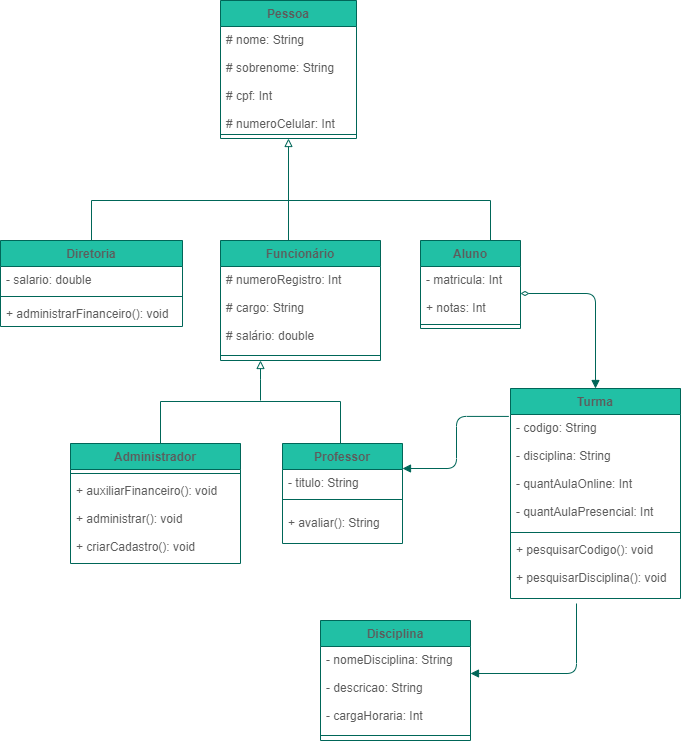
kari-osk/checkpoint2-poo keeps this draw.io diagram as checkpoint2.POO.drawio.png. Above is the earlier version. Source tidied: cells renumbered, new cells last; positions are measured from the earlier drawing's top-left corner, leaving out a move shared by most shapes. Source of this version:
```xml
<mxGraphModel>
  <root>
    <mxCell id="0" />
    <mxCell id="1" parent="0" />
    <mxCell id="2" value="Pessoa" style="swimlane;fontStyle=1;align=center;verticalAlign=top;horizontal=1;startSize=26;fillColor=#21C0A5;strokeColor=#006658;fontColor=#5C5C5C;" parent="1" vertex="1">
      <mxGeometry x="220" width="136" height="138" as="geometry" />
    </mxCell>
    <mxCell id="3" value="# nome: String&#10;&#10;# sobrenome: String&#10;&#10;# cpf: Int&#10;&#10;# numeroCelular: Int&#10;&#10;# endereço: String&#10;" style="text;strokeColor=none;fillColor=none;align=left;verticalAlign=top;spacingLeft=4;spacingRight=4;overflow=hidden;fontColor=#5C5C5C;" parent="2" vertex="1">
      <mxGeometry y="26" width="136" height="104" as="geometry" />
    </mxCell>
    <mxCell id="4" style="line;strokeWidth=1;fillColor=none;align=left;verticalAlign=middle;spacingTop=-1;spacingLeft=3;spacingRight=3;labelPosition=right;strokeColor=#006658;fontColor=#5C5C5C;" parent="2" vertex="1">
      <mxGeometry y="130" width="136" height="8" as="geometry" />
    </mxCell>
    <mxCell id="5" value="Diretoria" style="swimlane;fontStyle=1;align=center;verticalAlign=top;horizontal=1;startSize=26;fillColor=#21C0A5;strokeColor=#006658;fontColor=#5C5C5C;" parent="1" vertex="1">
      <mxGeometry y="240" width="182" height="86" as="geometry" />
    </mxCell>
    <mxCell id="6" value="- salario: double" style="text;strokeColor=none;fillColor=none;align=left;verticalAlign=top;spacingLeft=4;spacingRight=4;overflow=hidden;fontColor=#5C5C5C;" parent="5" vertex="1">
      <mxGeometry y="26" width="182" height="26" as="geometry" />
    </mxCell>
    <mxCell id="7" style="line;strokeWidth=1;fillColor=none;align=left;verticalAlign=middle;spacingTop=-1;spacingLeft=3;spacingRight=3;labelPosition=right;strokeColor=#006658;fontColor=#5C5C5C;" parent="5" vertex="1">
      <mxGeometry y="52" width="182" height="8" as="geometry" />
    </mxCell>
    <mxCell id="8" value="+ administrarFinanceiro(): void" style="text;strokeColor=none;fillColor=none;align=left;verticalAlign=top;spacingLeft=4;spacingRight=4;overflow=hidden;fontColor=#5C5C5C;" parent="5" vertex="1">
      <mxGeometry y="60" width="182" height="26" as="geometry" />
    </mxCell>
    <mxCell id="9" value="Administrador" style="swimlane;fontStyle=1;align=center;verticalAlign=top;horizontal=1;startSize=26;fillColor=#21C0A5;strokeColor=#006658;fontColor=#5C5C5C;" parent="1" vertex="1">
      <mxGeometry x="70" y="443" width="170" height="120" as="geometry" />
    </mxCell>
    <mxCell id="10" style="line;strokeWidth=1;fillColor=none;align=left;verticalAlign=middle;spacingTop=-1;spacingLeft=3;spacingRight=3;labelPosition=right;strokeColor=#006658;fontColor=#5C5C5C;" parent="9" vertex="1">
      <mxGeometry y="26" width="170" height="8" as="geometry" />
    </mxCell>
    <mxCell id="11" value="+ auxiliarFinanceiro(): void&#10;&#10;+ administrar(): void&#10;&#10;+ criarCadastro(): void" style="text;strokeColor=none;fillColor=none;align=left;verticalAlign=top;spacingLeft=4;spacingRight=4;overflow=hidden;fontColor=#5C5C5C;" parent="9" vertex="1">
      <mxGeometry y="34" width="170" height="86" as="geometry" />
    </mxCell>
    <mxCell id="12" value="Professor" style="swimlane;fontStyle=1;align=center;verticalAlign=top;horizontal=1;startSize=26;fillColor=#21C0A5;strokeColor=#006658;fontColor=#5C5C5C;" parent="1" vertex="1">
      <mxGeometry x="282" y="443" width="120" height="100" as="geometry" />
    </mxCell>
    <mxCell id="13" value="- titulo: String" style="text;strokeColor=none;fillColor=none;align=left;verticalAlign=top;spacingLeft=4;spacingRight=4;overflow=hidden;fontColor=#5C5C5C;" parent="12" vertex="1">
      <mxGeometry y="26" width="120" height="20" as="geometry" />
    </mxCell>
    <mxCell id="14" style="line;strokeWidth=1;fillColor=none;align=left;verticalAlign=middle;spacingTop=-1;spacingLeft=3;spacingRight=3;labelPosition=right;strokeColor=#006658;fontColor=#5C5C5C;" parent="12" vertex="1">
      <mxGeometry y="46" width="120" height="20" as="geometry" />
    </mxCell>
    <mxCell id="15" value="+ avaliar(): String" style="text;strokeColor=none;fillColor=none;align=left;verticalAlign=top;spacingLeft=4;spacingRight=4;overflow=hidden;fontColor=#5C5C5C;" parent="12" vertex="1">
      <mxGeometry y="66" width="120" height="34" as="geometry" />
    </mxCell>
    <mxCell id="16" value="Aluno" style="swimlane;fontStyle=1;align=center;verticalAlign=top;horizontal=1;startSize=26;fillColor=#21C0A5;strokeColor=#006658;fontColor=#5C5C5C;" parent="1" vertex="1">
      <mxGeometry x="420" y="240" width="100" height="88" as="geometry" />
    </mxCell>
    <mxCell id="17" value="- matricula: Int&#10;&#10;+ notas: Int" style="text;strokeColor=none;fillColor=none;align=left;verticalAlign=top;spacingLeft=4;spacingRight=4;overflow=hidden;points=[[0,0.5],[1,0.5]];portConstraint=eastwest;fontColor=#5C5C5C;" parent="16" vertex="1">
      <mxGeometry y="26" width="100" height="54" as="geometry" />
    </mxCell>
    <mxCell id="18" style="line;strokeWidth=1;fillColor=none;align=left;verticalAlign=middle;spacingTop=-1;spacingLeft=3;spacingRight=3;labelPosition=right;strokeColor=#006658;fontColor=#5C5C5C;" parent="16" vertex="1">
      <mxGeometry y="80" width="100" height="8" as="geometry" />
    </mxCell>
    <mxCell id="19" style="endArrow=none;html=1;edgeStyle=orthogonalEdgeStyle;rounded=0;strokeColor=#006658;fontColor=#5C5C5C;exitX=0.5;exitY=0;exitDx=0;exitDy=0;" parent="1" edge="1" source="5">
      <mxGeometry relative="1" as="geometry">
        <mxPoint x="490" y="240" as="targetPoint" />
        <Array as="points">
          <mxPoint x="91" y="200" />
          <mxPoint x="490" y="200" />
        </Array>
      </mxGeometry>
    </mxCell>
    <mxCell id="20" style="endArrow=block;html=1;edgeStyle=orthogonalEdgeStyle;rounded=0;strokeColor=#006658;fontColor=#5C5C5C;startArrow=none;startFill=0;endFill=0;exitX=0.6;exitY=0.008;exitDx=0;exitDy=0;exitPerimeter=0;entryX=0.5;entryY=1;entryDx=0;entryDy=0;" parent="1" edge="1" source="25" target="2">
      <mxGeometry relative="1" as="geometry">
        <Array as="points">
          <mxPoint x="288" y="241" />
        </Array>
      </mxGeometry>
    </mxCell>
    <mxCell id="21" value="Turma" style="swimlane;fontStyle=1;align=center;verticalAlign=top;horizontal=1;startSize=26;rounded=0;sketch=0;fontColor=#5C5C5C;strokeColor=#006658;fillColor=#21C0A5;" parent="1" vertex="1">
      <mxGeometry x="510" y="388" width="170" height="210" as="geometry" />
    </mxCell>
    <mxCell id="22" value="- codigo: String&#10;&#10;- disciplina: String&#10;&#10;- quantAulaOnline: Int&#10;&#10;- quantAulaPresencial: Int" style="text;strokeColor=none;fillColor=none;align=left;verticalAlign=top;spacingLeft=4;spacingRight=4;overflow=hidden;rounded=0;sketch=0;fontColor=#5C5C5C;" parent="21" vertex="1">
      <mxGeometry y="26" width="170" height="114" as="geometry" />
    </mxCell>
    <mxCell id="23" style="line;strokeWidth=1;fillColor=none;align=left;verticalAlign=middle;spacingTop=-1;spacingLeft=3;spacingRight=3;labelPosition=right;rounded=0;sketch=0;fontColor=#5C5C5C;strokeColor=#006658;" parent="21" vertex="1">
      <mxGeometry y="140" width="170" height="8" as="geometry" />
    </mxCell>
    <mxCell id="24" value="+ pesquisarCodigo(): void&#10;&#10;+ pesquisarDisciplina(): void" style="text;strokeColor=none;fillColor=none;align=left;verticalAlign=top;spacingLeft=4;spacingRight=4;overflow=hidden;rounded=0;sketch=0;fontColor=#5C5C5C;" parent="21" vertex="1">
      <mxGeometry y="148" width="170" height="62" as="geometry" />
    </mxCell>
    <mxCell id="25" value="Funcionário" style="swimlane;fontStyle=1;align=center;verticalAlign=top;horizontal=1;startSize=26;rounded=0;sketch=0;fontColor=#5C5C5C;strokeColor=#006658;fillColor=#21C0A5;" parent="1" vertex="1">
      <mxGeometry x="220" y="240" width="160" height="120" as="geometry" />
    </mxCell>
    <mxCell id="26" value="# numeroRegistro: Int&#10;&#10;# cargo: String&#10;&#10;# salário: double&#10;" style="text;strokeColor=none;fillColor=none;align=left;verticalAlign=top;spacingLeft=4;spacingRight=4;overflow=hidden;rounded=0;sketch=0;fontColor=#5C5C5C;" parent="25" vertex="1">
      <mxGeometry y="26" width="160" height="84" as="geometry" />
    </mxCell>
    <mxCell id="27" style="line;strokeWidth=1;fillColor=none;align=left;verticalAlign=middle;spacingTop=-1;spacingLeft=3;spacingRight=3;labelPosition=right;rounded=0;sketch=0;fontColor=#5C5C5C;strokeColor=#006658;" parent="25" vertex="1">
      <mxGeometry y="110" width="160" height="10" as="geometry" />
    </mxCell>
    <mxCell id="28" style="endArrow=none;html=1;edgeStyle=orthogonalEdgeStyle;rounded=0;strokeColor=#006658;fontColor=#5C5C5C;exitX=0.5;exitY=0;exitDx=0;exitDy=0;entryX=0.5;entryY=0;entryDx=0;entryDy=0;" parent="1" edge="1" source="9" target="12">
      <mxGeometry relative="1" as="geometry">
        <Array as="points">
          <mxPoint x="160" y="443" />
          <mxPoint x="160" y="401" />
          <mxPoint x="340" y="401" />
          <mxPoint x="340" y="443" />
        </Array>
      </mxGeometry>
    </mxCell>
    <mxCell id="29" style="endArrow=block;html=1;edgeStyle=orthogonalEdgeStyle;rounded=0;strokeColor=#006658;fontColor=#5C5C5C;startArrow=none;startFill=0;endFill=0;" parent="1" edge="1">
      <mxGeometry relative="1" as="geometry">
        <mxPoint x="260" y="400" as="sourcePoint" />
        <mxPoint x="260" y="360" as="targetPoint" />
        <Array as="points">
          <mxPoint x="259.6" y="378.8" />
          <mxPoint x="259.6" y="378.8" />
        </Array>
      </mxGeometry>
    </mxCell>
    <mxCell id="30" style="edgeStyle=orthogonalEdgeStyle;curved=0;rounded=1;sketch=0;jettySize=auto;html=1;exitX=1;exitY=0.5;exitDx=0;exitDy=0;entryX=0.5;entryY=0;entryDx=0;entryDy=0;fontColor=#5C5C5C;startArrow=diamondThin;startFill=0;endArrow=block;endFill=1;strokeColor=#006658;fillColor=#21C0A5;" parent="1" edge="1" source="17" target="21">
      <mxGeometry relative="1" as="geometry" />
    </mxCell>
    <mxCell id="31" style="edgeStyle=orthogonalEdgeStyle;curved=0;rounded=1;sketch=0;jettySize=auto;html=1;entryX=-0.01;entryY=0.133;entryDx=0;entryDy=0;entryPerimeter=0;fontColor=#5C5C5C;startArrow=block;startFill=1;endArrow=none;endFill=0;strokeColor=#006658;fillColor=#21C0A5;exitX=1;exitY=0.25;exitDx=0;exitDy=0;" parent="1" edge="1" source="12" target="21">
      <mxGeometry relative="1" as="geometry" />
    </mxCell>
    <mxCell id="32" value="Disciplina" style="swimlane;fontStyle=1;align=center;verticalAlign=top;horizontal=1;startSize=26;fillColor=#21C0A5;strokeColor=#006658;fontColor=#5C5C5C;" parent="1" vertex="1">
      <mxGeometry x="320" y="620" width="150" height="120" as="geometry" />
    </mxCell>
    <mxCell id="33" value="- nomeDisciplina: String&#10;&#10;- descricao: String&#10;&#10;- cargaHoraria: Int" style="text;strokeColor=none;fillColor=none;align=left;verticalAlign=top;spacingLeft=4;spacingRight=4;overflow=hidden;fontColor=#5C5C5C;" parent="32" vertex="1">
      <mxGeometry y="26" width="150" height="84" as="geometry" />
    </mxCell>
    <mxCell id="34" style="line;strokeWidth=1;fillColor=none;align=left;verticalAlign=middle;spacingTop=-1;spacingLeft=3;spacingRight=3;labelPosition=right;strokeColor=#006658;fontColor=#5C5C5C;" parent="32" vertex="1">
      <mxGeometry y="110" width="150" height="10" as="geometry" />
    </mxCell>
    <mxCell id="35" style="edgeStyle=orthogonalEdgeStyle;curved=0;rounded=1;sketch=0;orthogonalLoop=1;jettySize=auto;html=1;fontColor=#5C5C5C;startArrow=block;startFill=1;endArrow=none;endFill=0;strokeColor=#006658;fillColor=#21C0A5;" parent="1" edge="1">
      <mxGeometry relative="1" as="geometry">
        <mxPoint x="470" y="673" as="sourcePoint" />
        <mxPoint x="576" y="603" as="targetPoint" />
      </mxGeometry>
    </mxCell>
  </root>
</mxGraphModel>
```
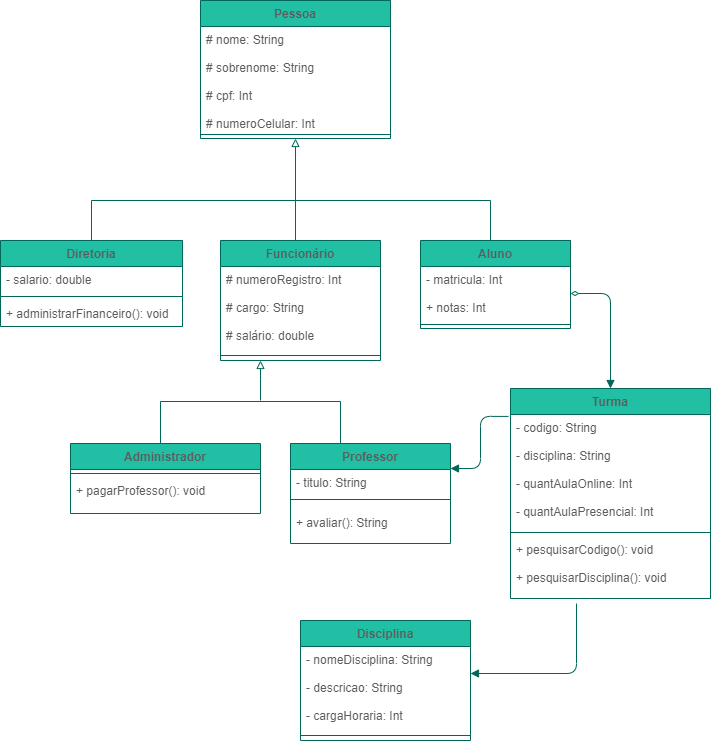
Above is the later version.

The edit, as a diff of the source:
```diff
@@ -3,13 +3,13 @@
     <mxCell id="0" />
     <mxCell id="1" parent="0" />
     <mxCell id="2" value="Pessoa" style="swimlane;fontStyle=1;align=center;verticalAlign=top;horizontal=1;startSize=26;fillColor=#21C0A5;strokeColor=#006658;fontColor=#5C5C5C;" parent="1" vertex="1">
-      <mxGeometry x="220" width="136" height="138" as="geometry" />
+      <mxGeometry x="200" width="190" height="138" as="geometry" />
     </mxCell>
     <mxCell id="3" value="# nome: String&#10;&#10;# sobrenome: String&#10;&#10;# cpf: Int&#10;&#10;# numeroCelular: Int&#10;&#10;# endereço: String&#10;" style="text;strokeColor=none;fillColor=none;align=left;verticalAlign=top;spacingLeft=4;spacingRight=4;overflow=hidden;fontColor=#5C5C5C;" parent="2" vertex="1">
-      <mxGeometry y="26" width="136" height="104" as="geometry" />
+      <mxGeometry y="26" width="190" height="104" as="geometry" />
     </mxCell>
     <mxCell id="4" style="line;strokeWidth=1;fillColor=none;align=left;verticalAlign=middle;spacingTop=-1;spacingLeft=3;spacingRight=3;labelPosition=right;strokeColor=#006658;fontColor=#5C5C5C;" parent="2" vertex="1">
-      <mxGeometry y="130" width="136" height="8" as="geometry" />
+      <mxGeometry y="130" width="190" height="8" as="geometry" />
     </mxCell>
     <mxCell id="5" value="Diretoria" style="swimlane;fontStyle=1;align=center;verticalAlign=top;horizontal=1;startSize=26;fillColor=#21C0A5;strokeColor=#006658;fontColor=#5C5C5C;" parent="1" vertex="1">
       <mxGeometry y="240" width="182" height="86" as="geometry" />
@@ -24,34 +24,34 @@
       <mxGeometry y="60" width="182" height="26" as="geometry" />
     </mxCell>
     <mxCell id="9" value="Administrador" style="swimlane;fontStyle=1;align=center;verticalAlign=top;horizontal=1;startSize=26;fillColor=#21C0A5;strokeColor=#006658;fontColor=#5C5C5C;" parent="1" vertex="1">
-      <mxGeometry x="70" y="443" width="170" height="120" as="geometry" />
+      <mxGeometry x="70" y="443" width="190" height="70" as="geometry" />
     </mxCell>
     <mxCell id="10" style="line;strokeWidth=1;fillColor=none;align=left;verticalAlign=middle;spacingTop=-1;spacingLeft=3;spacingRight=3;labelPosition=right;strokeColor=#006658;fontColor=#5C5C5C;" parent="9" vertex="1">
-      <mxGeometry y="26" width="170" height="8" as="geometry" />
+      <mxGeometry y="26" width="190" height="8" as="geometry" />
     </mxCell>
-    <mxCell id="11" value="+ auxiliarFinanceiro(): void&#10;&#10;+ administrar(): void&#10;&#10;+ criarCadastro(): void" style="text;strokeColor=none;fillColor=none;align=left;verticalAlign=top;spacingLeft=4;spacingRight=4;overflow=hidden;fontColor=#5C5C5C;" parent="9" vertex="1">
-      <mxGeometry y="34" width="170" height="86" as="geometry" />
+    <mxCell id="11" value="+ pagarProfessor(): void" style="text;strokeColor=none;fillColor=none;align=left;verticalAlign=top;spacingLeft=4;spacingRight=4;overflow=hidden;fontColor=#5C5C5C;" parent="9" vertex="1">
+      <mxGeometry y="34" width="190" height="36" as="geometry" />
     </mxCell>
     <mxCell id="12" value="Professor" style="swimlane;fontStyle=1;align=center;verticalAlign=top;horizontal=1;startSize=26;fillColor=#21C0A5;strokeColor=#006658;fontColor=#5C5C5C;" parent="1" vertex="1">
-      <mxGeometry x="282" y="443" width="120" height="100" as="geometry" />
+      <mxGeometry x="290" y="443" width="160" height="100" as="geometry" />
     </mxCell>
     <mxCell id="13" value="- titulo: String" style="text;strokeColor=none;fillColor=none;align=left;verticalAlign=top;spacingLeft=4;spacingRight=4;overflow=hidden;fontColor=#5C5C5C;" parent="12" vertex="1">
-      <mxGeometry y="26" width="120" height="20" as="geometry" />
+      <mxGeometry y="26" width="160" height="20" as="geometry" />
     </mxCell>
     <mxCell id="14" style="line;strokeWidth=1;fillColor=none;align=left;verticalAlign=middle;spacingTop=-1;spacingLeft=3;spacingRight=3;labelPosition=right;strokeColor=#006658;fontColor=#5C5C5C;" parent="12" vertex="1">
-      <mxGeometry y="46" width="120" height="20" as="geometry" />
+      <mxGeometry y="46" width="160" height="20" as="geometry" />
     </mxCell>
     <mxCell id="15" value="+ avaliar(): String" style="text;strokeColor=none;fillColor=none;align=left;verticalAlign=top;spacingLeft=4;spacingRight=4;overflow=hidden;fontColor=#5C5C5C;" parent="12" vertex="1">
-      <mxGeometry y="66" width="120" height="34" as="geometry" />
+      <mxGeometry y="66" width="160" height="34" as="geometry" />
     </mxCell>
     <mxCell id="16" value="Aluno" style="swimlane;fontStyle=1;align=center;verticalAlign=top;horizontal=1;startSize=26;fillColor=#21C0A5;strokeColor=#006658;fontColor=#5C5C5C;" parent="1" vertex="1">
-      <mxGeometry x="420" y="240" width="100" height="88" as="geometry" />
+      <mxGeometry x="420" y="240" width="150" height="88" as="geometry" />
     </mxCell>
     <mxCell id="17" value="- matricula: Int&#10;&#10;+ notas: Int" style="text;strokeColor=none;fillColor=none;align=left;verticalAlign=top;spacingLeft=4;spacingRight=4;overflow=hidden;points=[[0,0.5],[1,0.5]];portConstraint=eastwest;fontColor=#5C5C5C;" parent="16" vertex="1">
-      <mxGeometry y="26" width="100" height="54" as="geometry" />
+      <mxGeometry y="26" width="150" height="54" as="geometry" />
     </mxCell>
     <mxCell id="18" style="line;strokeWidth=1;fillColor=none;align=left;verticalAlign=middle;spacingTop=-1;spacingLeft=3;spacingRight=3;labelPosition=right;strokeColor=#006658;fontColor=#5C5C5C;" parent="16" vertex="1">
-      <mxGeometry y="80" width="100" height="8" as="geometry" />
+      <mxGeometry y="80" width="150" height="8" as="geometry" />
     </mxCell>
     <mxCell id="19" style="endArrow=none;html=1;edgeStyle=orthogonalEdgeStyle;rounded=0;strokeColor=#006658;fontColor=#5C5C5C;exitX=0.5;exitY=0;exitDx=0;exitDy=0;" parent="1" edge="1" source="5">
       <mxGeometry relative="1" as="geometry">
@@ -65,21 +65,21 @@
     <mxCell id="20" style="endArrow=block;html=1;edgeStyle=orthogonalEdgeStyle;rounded=0;strokeColor=#006658;fontColor=#5C5C5C;startArrow=none;startFill=0;endFill=0;exitX=0.6;exitY=0.008;exitDx=0;exitDy=0;exitPerimeter=0;entryX=0.5;entryY=1;entryDx=0;entryDy=0;" parent="1" edge="1" source="25" target="2">
       <mxGeometry relative="1" as="geometry">
         <Array as="points">
-          <mxPoint x="288" y="241" />
+          <mxPoint x="295" y="241" />
         </Array>
       </mxGeometry>
     </mxCell>
     <mxCell id="21" value="Turma" style="swimlane;fontStyle=1;align=center;verticalAlign=top;horizontal=1;startSize=26;rounded=0;sketch=0;fontColor=#5C5C5C;strokeColor=#006658;fillColor=#21C0A5;" parent="1" vertex="1">
-      <mxGeometry x="510" y="388" width="170" height="210" as="geometry" />
+      <mxGeometry x="510" y="388" width="200" height="210" as="geometry" />
     </mxCell>
     <mxCell id="22" value="- codigo: String&#10;&#10;- disciplina: String&#10;&#10;- quantAulaOnline: Int&#10;&#10;- quantAulaPresencial: Int" style="text;strokeColor=none;fillColor=none;align=left;verticalAlign=top;spacingLeft=4;spacingRight=4;overflow=hidden;rounded=0;sketch=0;fontColor=#5C5C5C;" parent="21" vertex="1">
-      <mxGeometry y="26" width="170" height="114" as="geometry" />
+      <mxGeometry y="26" width="200" height="114" as="geometry" />
     </mxCell>
     <mxCell id="23" style="line;strokeWidth=1;fillColor=none;align=left;verticalAlign=middle;spacingTop=-1;spacingLeft=3;spacingRight=3;labelPosition=right;rounded=0;sketch=0;fontColor=#5C5C5C;strokeColor=#006658;" parent="21" vertex="1">
-      <mxGeometry y="140" width="170" height="8" as="geometry" />
+      <mxGeometry y="140" width="200" height="8" as="geometry" />
     </mxCell>
     <mxCell id="24" value="+ pesquisarCodigo(): void&#10;&#10;+ pesquisarDisciplina(): void" style="text;strokeColor=none;fillColor=none;align=left;verticalAlign=top;spacingLeft=4;spacingRight=4;overflow=hidden;rounded=0;sketch=0;fontColor=#5C5C5C;" parent="21" vertex="1">
-      <mxGeometry y="148" width="170" height="62" as="geometry" />
+      <mxGeometry y="148" width="200" height="62" as="geometry" />
     </mxCell>
     <mxCell id="25" value="Funcionário" style="swimlane;fontStyle=1;align=center;verticalAlign=top;horizontal=1;startSize=26;rounded=0;sketch=0;fontColor=#5C5C5C;strokeColor=#006658;fillColor=#21C0A5;" parent="1" vertex="1">
       <mxGeometry x="220" y="240" width="160" height="120" as="geometry" />
@@ -117,13 +117,13 @@
       <mxGeometry relative="1" as="geometry" />
     </mxCell>
     <mxCell id="32" value="Disciplina" style="swimlane;fontStyle=1;align=center;verticalAlign=top;horizontal=1;startSize=26;fillColor=#21C0A5;strokeColor=#006658;fontColor=#5C5C5C;" parent="1" vertex="1">
-      <mxGeometry x="320" y="620" width="150" height="120" as="geometry" />
+      <mxGeometry x="300" y="620" width="170" height="120" as="geometry" />
     </mxCell>
     <mxCell id="33" value="- nomeDisciplina: String&#10;&#10;- descricao: String&#10;&#10;- cargaHoraria: Int" style="text;strokeColor=none;fillColor=none;align=left;verticalAlign=top;spacingLeft=4;spacingRight=4;overflow=hidden;fontColor=#5C5C5C;" parent="32" vertex="1">
-      <mxGeometry y="26" width="150" height="84" as="geometry" />
+      <mxGeometry y="26" width="170" height="84" as="geometry" />
     </mxCell>
     <mxCell id="34" style="line;strokeWidth=1;fillColor=none;align=left;verticalAlign=middle;spacingTop=-1;spacingLeft=3;spacingRight=3;labelPosition=right;strokeColor=#006658;fontColor=#5C5C5C;" parent="32" vertex="1">
-      <mxGeometry y="110" width="150" height="10" as="geometry" />
+      <mxGeometry y="110" width="170" height="10" as="geometry" />
     </mxCell>
     <mxCell id="35" style="edgeStyle=orthogonalEdgeStyle;curved=0;rounded=1;sketch=0;orthogonalLoop=1;jettySize=auto;html=1;fontColor=#5C5C5C;startArrow=block;startFill=1;endArrow=none;endFill=0;strokeColor=#006658;fillColor=#21C0A5;" parent="1" edge="1">
       <mxGeometry relative="1" as="geometry">
```
